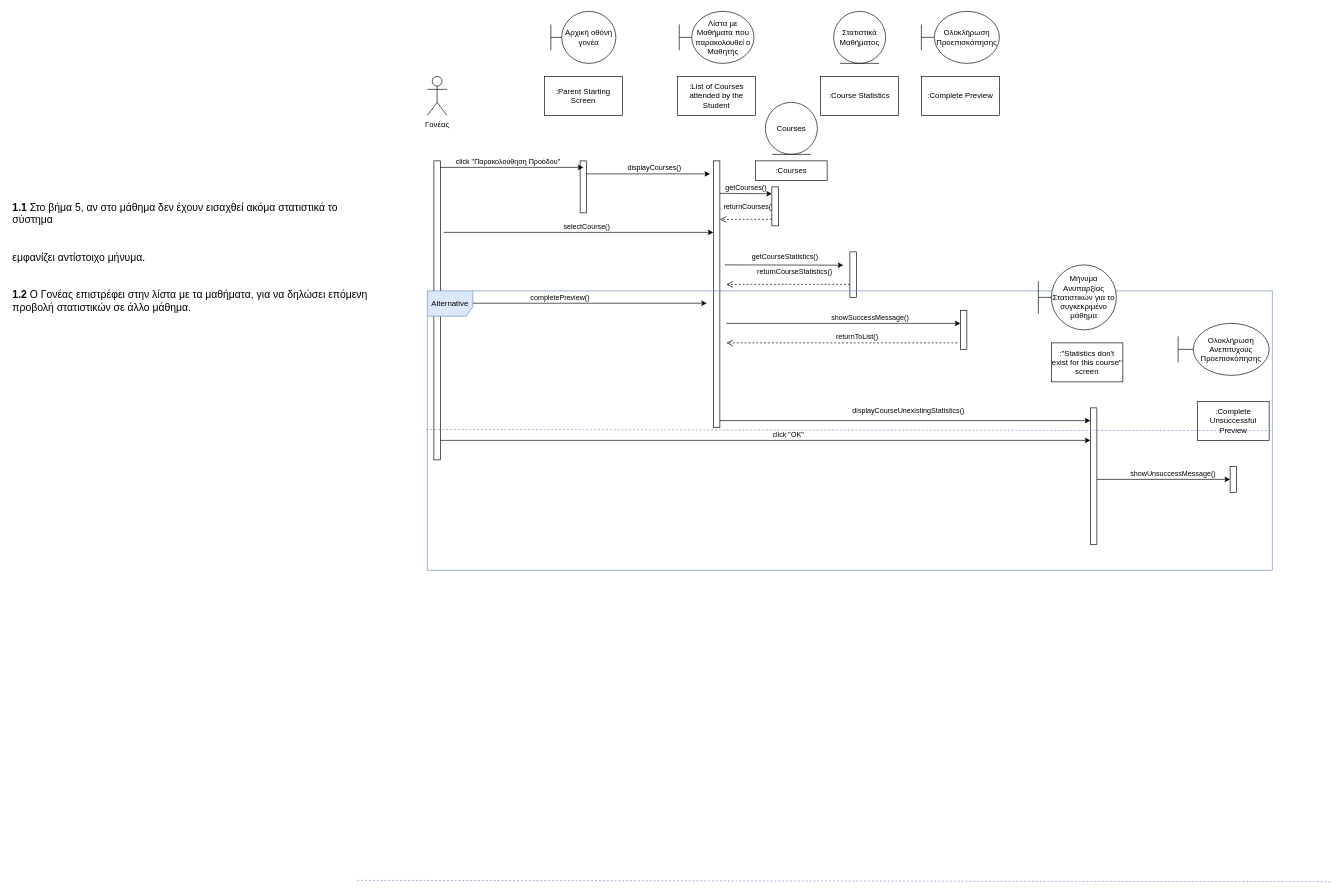
Above: Παραδοτέο4/SD_Parent_2.drawio in m1kemp/School-Hero (draw.io), before the change. Source tidied: cells renumbered, new cells numbered last; positions are measured from the earlier drawing's top-left corner, leaving out a move shared by most shapes. Both pictures are drawn from the tidied source at 65%, with x=0, y=0 at pixel (11, 11).
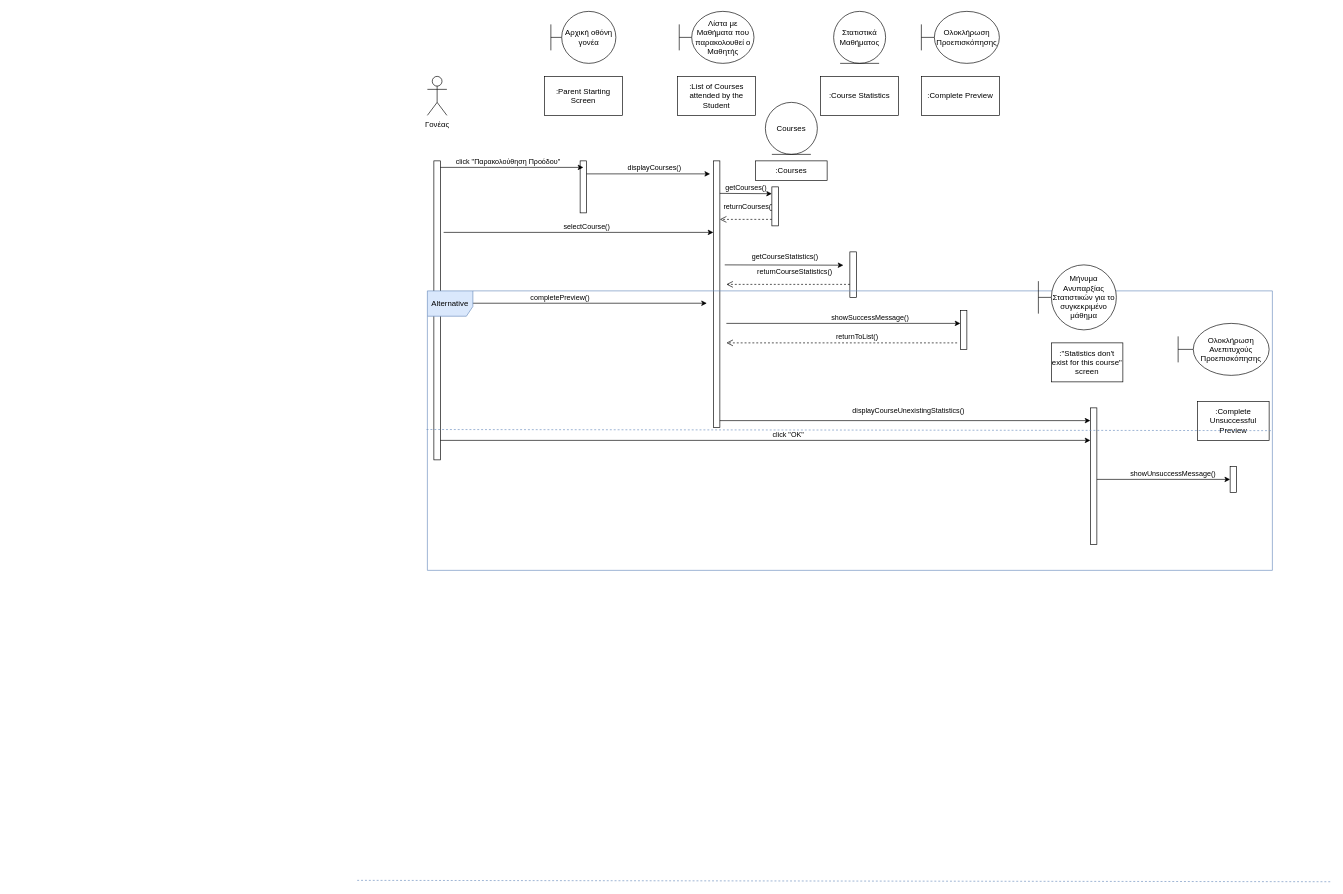
The same page after the edit.

Diff of the diagram source:
```diff
@@
-    <mxCell id="51" value="&lt;div title=&quot;Page 17&quot; class=&quot;page&quot;&gt;&#10;   &lt;div class=&quot;layoutArea&quot;&gt;&#10;    &lt;div class=&quot;column&quot;&gt;&#10;     &lt;p&gt;&lt;span style=&quot;font-size: 12.000000pt; font-family: 'Calibri'; font-weight: 700&quot;&gt;1.1 &lt;/span&gt;&lt;span style=&quot;font-size: 12.000000pt; font-family: 'Calibri'&quot;&gt;Στο βήμα 5, αν στο μάθημα δεν έχουν εισαχθεί ακόμα στατιστικά το σύστημα&#10;&lt;/span&gt;&lt;/p&gt;&#10;     &lt;p&gt;&lt;span style=&quot;font-size: 12.000000pt; font-family: 'Calibri'&quot;&gt;εμφανίζει αντίστοιχο μήνυμα.&#10;&lt;/span&gt;&lt;/p&gt;&#10;     &lt;p&gt;&lt;span style=&quot;font-size: 12.000000pt; font-family: 'Calibri'; font-weight: 700&quot;&gt;1.2 &lt;/span&gt;&lt;span style=&quot;font-size: 12.000000pt; font-family: 'Calibri'&quot;&gt;Ο Γονέας επιστρέφει στην λίστα με τα μαθήματα, για να δηλώσει επόμενη&#10;προβολή στατιστικών σε άλλο μάθημα.&#10;&lt;/span&gt;&lt;/p&gt;&#10;    &lt;/div&gt;&#10;   &lt;/div&gt;&#10;  &lt;/div&gt;" style="text;whiteSpace=wrap;html=1;" parent="1" vertex="1">
-      <mxGeometry y="230" width="560" height="330" as="geometry" />
-    </mxCell>
```
